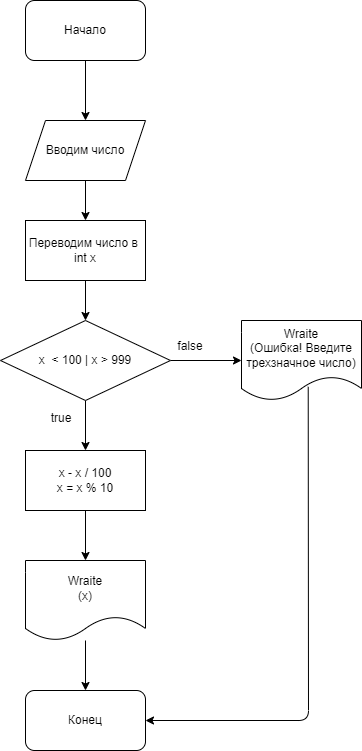
Earlier version of the draw.io export HWork2/Task10/diagram.dravio.png (VladimirVicPar/qwerty1). Source tidied: cells renumbered, new cells last; positions are measured from the earlier drawing's top-left corner, leaving out a move shared by most shapes. The source it was exported from:
```xml
<mxGraphModel>
  <root>
    <mxCell id="0" />
    <mxCell id="1" parent="0" />
    <mxCell id="2" style="edgeStyle=none;html=1;" parent="1" edge="1" source="3" target="5">
      <mxGeometry relative="1" as="geometry" />
    </mxCell>
    <mxCell id="3" value="Начало" style="rounded=1;whiteSpace=wrap;html=1;" parent="1" vertex="1">
      <mxGeometry x="25" width="120" height="60" as="geometry" />
    </mxCell>
    <mxCell id="4" style="edgeStyle=none;html=1;" parent="1" edge="1" source="5" target="7">
      <mxGeometry relative="1" as="geometry" />
    </mxCell>
    <mxCell id="5" value="Вводим число" style="shape=parallelogram;perimeter=parallelogramPerimeter;whiteSpace=wrap;html=1;fixedSize=1;" parent="1" vertex="1">
      <mxGeometry x="25" y="120" width="120" height="60" as="geometry" />
    </mxCell>
    <mxCell id="6" style="edgeStyle=none;html=1;" parent="1" edge="1" source="7" target="10">
      <mxGeometry relative="1" as="geometry" />
    </mxCell>
    <mxCell id="7" value="Переводим число в&amp;nbsp;&lt;br&gt;int x" style="rounded=0;whiteSpace=wrap;html=1;" parent="1" vertex="1">
      <mxGeometry x="25" y="220" width="120" height="60" as="geometry" />
    </mxCell>
    <mxCell id="8" style="edgeStyle=none;html=1;" parent="1" edge="1" source="10" target="12">
      <mxGeometry relative="1" as="geometry" />
    </mxCell>
    <mxCell id="9" style="edgeStyle=none;html=1;" parent="1" edge="1" source="10" target="16">
      <mxGeometry relative="1" as="geometry" />
    </mxCell>
    <mxCell id="10" value="x&amp;nbsp; &amp;lt; 100 | x &amp;gt; 999" style="rhombus;whiteSpace=wrap;html=1;" parent="1" vertex="1">
      <mxGeometry y="320" width="170" height="80" as="geometry" />
    </mxCell>
    <mxCell id="11" style="edgeStyle=none;html=1;" parent="1" edge="1" source="12" target="14">
      <mxGeometry relative="1" as="geometry" />
    </mxCell>
    <mxCell id="12" value="x - x / 100&lt;br&gt;x = x % 10" style="rounded=0;whiteSpace=wrap;html=1;" parent="1" vertex="1">
      <mxGeometry x="25" y="450" width="120" height="60" as="geometry" />
    </mxCell>
    <mxCell id="13" style="edgeStyle=none;html=1;" parent="1" edge="1" source="14" target="17">
      <mxGeometry relative="1" as="geometry" />
    </mxCell>
    <mxCell id="14" value="Wraite&lt;br&gt;(x)" style="shape=document;whiteSpace=wrap;html=1;boundedLbl=1;" parent="1" vertex="1">
      <mxGeometry x="25" y="560" width="120" height="80" as="geometry" />
    </mxCell>
    <mxCell id="15" style="edgeStyle=none;html=1;entryX=1;entryY=0.5;entryDx=0;entryDy=0;exitX=0.556;exitY=0.829;exitDx=0;exitDy=0;exitPerimeter=0;" parent="1" edge="1" source="16" target="17">
      <mxGeometry relative="1" as="geometry">
        <Array as="points">
          <mxPoint x="308" y="720" />
        </Array>
      </mxGeometry>
    </mxCell>
    <mxCell id="16" value="Wraite&lt;br&gt;(Ошибка! Введите трехзначное число)" style="shape=document;whiteSpace=wrap;html=1;boundedLbl=1;" parent="1" vertex="1">
      <mxGeometry x="241" y="320" width="120" height="80" as="geometry" />
    </mxCell>
    <mxCell id="17" value="Конец" style="rounded=1;whiteSpace=wrap;html=1;" parent="1" vertex="1">
      <mxGeometry x="25" y="690" width="120" height="60" as="geometry" />
    </mxCell>
    <mxCell id="18" value="false" style="text;html=1;strokeColor=none;fillColor=none;align=center;verticalAlign=middle;whiteSpace=wrap;rounded=0;" parent="1" vertex="1">
      <mxGeometry x="160" y="331" width="60" height="30" as="geometry" />
    </mxCell>
    <mxCell id="19" value="true" style="text;html=1;strokeColor=none;fillColor=none;align=center;verticalAlign=middle;whiteSpace=wrap;rounded=0;" parent="1" vertex="1">
      <mxGeometry x="31" y="403" width="60" height="30" as="geometry" />
    </mxCell>
  </root>
</mxGraphModel>
```
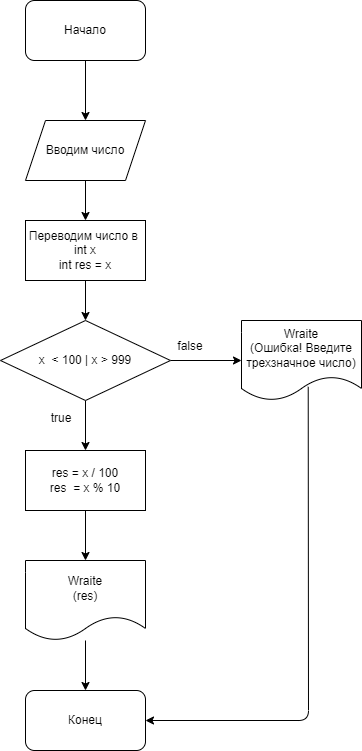
After the change.

What changed in the source:
```diff
@@ -17,7 +17,7 @@
     <mxCell id="6" style="edgeStyle=none;html=1;" parent="1" edge="1" source="7" target="10">
       <mxGeometry relative="1" as="geometry" />
     </mxCell>
-    <mxCell id="7" value="Переводим число в&amp;nbsp;&lt;br&gt;int x" style="rounded=0;whiteSpace=wrap;html=1;" parent="1" vertex="1">
+    <mxCell id="7" value="Переводим число в&amp;nbsp;&lt;br&gt;int x&lt;br&gt;int res = x" style="rounded=0;whiteSpace=wrap;html=1;" parent="1" vertex="1">
       <mxGeometry x="25" y="220" width="120" height="60" as="geometry" />
     </mxCell>
     <mxCell id="8" style="edgeStyle=none;html=1;" parent="1" edge="1" source="10" target="12">
@@ -32,13 +32,13 @@
     <mxCell id="11" style="edgeStyle=none;html=1;" parent="1" edge="1" source="12" target="14">
       <mxGeometry relative="1" as="geometry" />
     </mxCell>
-    <mxCell id="12" value="x - x / 100&lt;br&gt;x = x % 10" style="rounded=0;whiteSpace=wrap;html=1;" parent="1" vertex="1">
+    <mxCell id="12" value="res = x / 100&lt;br&gt;res&amp;nbsp; = x % 10" style="rounded=0;whiteSpace=wrap;html=1;" parent="1" vertex="1">
       <mxGeometry x="25" y="450" width="120" height="60" as="geometry" />
     </mxCell>
     <mxCell id="13" style="edgeStyle=none;html=1;" parent="1" edge="1" source="14" target="17">
       <mxGeometry relative="1" as="geometry" />
     </mxCell>
-    <mxCell id="14" value="Wraite&lt;br&gt;(x)" style="shape=document;whiteSpace=wrap;html=1;boundedLbl=1;" parent="1" vertex="1">
+    <mxCell id="14" value="Wraite&lt;br&gt;(res)" style="shape=document;whiteSpace=wrap;html=1;boundedLbl=1;" parent="1" vertex="1">
       <mxGeometry x="25" y="560" width="120" height="80" as="geometry" />
     </mxCell>
     <mxCell id="15" style="edgeStyle=none;html=1;entryX=1;entryY=0.5;entryDx=0;entryDy=0;exitX=0.556;exitY=0.829;exitDx=0;exitDy=0;exitPerimeter=0;" parent="1" edge="1" source="16" target="17">
```
